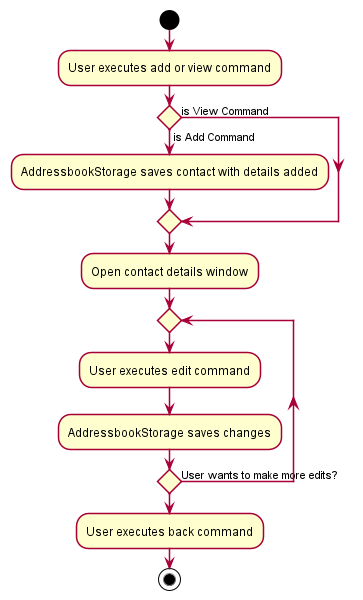
Before: docs/images/EditActivityDiagram.png, a diagram exported from PlantUML (tonishka/tp).
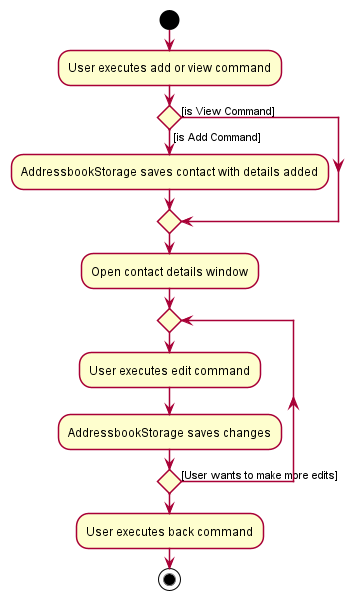
Above is the later version.

Commit message:
Activity diagram patch

The edit, as a diff of the source:
```diff
@@ -3,15 +3,15 @@
 
 start
 :User executes add or view command;
-if () then (is Add Command)
+if () then ([is Add Command])
     :AddressbookStorage saves contact with details added;
-else (is View Command)
+else ([is View Command])
     endif
 :Open contact details window;
 repeat
     :User executes edit command;
     :AddressbookStorage saves changes;
-repeat while () is (User wants to make more edits?)
+repeat while () is ([User wants to make more edits])
 :User executes back command;
 stop
 @enduml
```
